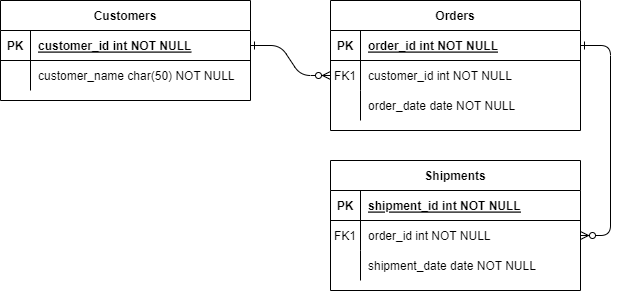
vnminhhai/PRN keeps this draw.io diagram as PRN DB.drawio.png. Above is the earlier version. Source tidied: cells renumbered, new cells last; positions are measured from the earlier drawing's top-left corner, leaving out a move shared by most shapes. The source it was exported from:
```xml
<mxGraphModel>
  <root>
    <mxCell id="0" />
    <mxCell id="1" parent="0" />
    <mxCell id="2" style="edgeStyle=entityRelationEdgeStyle;endArrow=ERzeroToMany;startArrow=ERone;endFill=1;startFill=0;" parent="1" edge="1" source="25" target="8">
      <mxGeometry relative="1" as="geometry" />
    </mxCell>
    <mxCell id="3" style="edgeStyle=entityRelationEdgeStyle;endArrow=ERzeroToMany;startArrow=ERone;endFill=1;startFill=0;" parent="1" edge="1" source="5" target="18">
      <mxGeometry relative="1" as="geometry" />
    </mxCell>
    <mxCell id="4" value="Orders" style="shape=table;startSize=30;rowLines=0;fontStyle=1;align=center;" parent="1" vertex="1">
      <mxGeometry x="330" width="250" height="130" as="geometry" />
    </mxCell>
    <mxCell id="5" style="shape=partialRectangle;fillColor=none;points=[[0,0.5],[1,0.5]];portConstraint=eastwest;top=0;left=0;right=0;bottom=1;" parent="4" vertex="1">
      <mxGeometry y="30" width="250" height="30" as="geometry" />
    </mxCell>
    <mxCell id="6" value="PK" style="shape=partialRectangle;overflow=hidden;fillColor=none;top=0;left=0;bottom=0;right=0;fontStyle=1;" parent="5" vertex="1">
      <mxGeometry width="30" height="30" as="geometry" />
    </mxCell>
    <mxCell id="7" value="order_id int NOT NULL " style="shape=partialRectangle;overflow=hidden;fillColor=none;top=0;left=0;bottom=0;right=0;align=left;spacingLeft=6;fontStyle=5;" parent="5" vertex="1">
      <mxGeometry x="30" width="220" height="30" as="geometry" />
    </mxCell>
    <mxCell id="8" style="shape=partialRectangle;fillColor=none;points=[[0,0.5],[1,0.5]];portConstraint=eastwest;top=0;left=0;right=0;bottom=0;" parent="4" vertex="1">
      <mxGeometry y="60" width="250" height="30" as="geometry" />
    </mxCell>
    <mxCell id="9" value="FK1" style="shape=partialRectangle;overflow=hidden;fillColor=none;top=0;left=0;bottom=0;right=0;" parent="8" vertex="1">
      <mxGeometry width="30" height="30" as="geometry" />
    </mxCell>
    <mxCell id="10" value="customer_id int NOT NULL" style="shape=partialRectangle;overflow=hidden;fillColor=none;top=0;left=0;bottom=0;right=0;align=left;spacingLeft=6;" parent="8" vertex="1">
      <mxGeometry x="30" width="220" height="30" as="geometry" />
    </mxCell>
    <mxCell id="11" style="shape=partialRectangle;fillColor=none;top=0;left=0;right=0;bottom=0;" parent="4" vertex="1">
      <mxGeometry y="90" width="250" height="30" as="geometry" />
    </mxCell>
    <mxCell id="12" style="shape=partialRectangle;overflow=hidden;fillColor=none;top=0;left=0;bottom=0;right=0;" parent="11" vertex="1">
      <mxGeometry width="30" height="30" as="geometry" />
    </mxCell>
    <mxCell id="13" value="order_date date NOT NULL" style="shape=partialRectangle;overflow=hidden;fillColor=none;top=0;left=0;bottom=0;right=0;align=left;spacingLeft=6;" parent="11" vertex="1">
      <mxGeometry x="30" width="220" height="30" as="geometry" />
    </mxCell>
    <mxCell id="14" value="Shipments" style="shape=table;startSize=30;rowLines=0;fontStyle=1;align=center;" parent="1" vertex="1">
      <mxGeometry x="330" y="160" width="250" height="130" as="geometry" />
    </mxCell>
    <mxCell id="15" style="shape=partialRectangle;fillColor=none;points=[[0,0.5],[1,0.5]];portConstraint=eastwest;top=0;left=0;right=0;bottom=1;" parent="14" vertex="1">
      <mxGeometry y="30" width="250" height="30" as="geometry" />
    </mxCell>
    <mxCell id="16" value="PK" style="shape=partialRectangle;overflow=hidden;fillColor=none;top=0;left=0;bottom=0;right=0;fontStyle=1;" parent="15" vertex="1">
      <mxGeometry width="30" height="30" as="geometry" />
    </mxCell>
    <mxCell id="17" value="shipment_id int NOT NULL " style="shape=partialRectangle;overflow=hidden;fillColor=none;top=0;left=0;bottom=0;right=0;align=left;spacingLeft=6;fontStyle=5;" parent="15" vertex="1">
      <mxGeometry x="30" width="220" height="30" as="geometry" />
    </mxCell>
    <mxCell id="18" style="shape=partialRectangle;fillColor=none;points=[[0,0.5],[1,0.5]];portConstraint=eastwest;top=0;left=0;right=0;bottom=0;" parent="14" vertex="1">
      <mxGeometry y="60" width="250" height="30" as="geometry" />
    </mxCell>
    <mxCell id="19" value="FK1" style="shape=partialRectangle;overflow=hidden;fillColor=none;top=0;left=0;bottom=0;right=0;" parent="18" vertex="1">
      <mxGeometry width="30" height="30" as="geometry" />
    </mxCell>
    <mxCell id="20" value="order_id int NOT NULL" style="shape=partialRectangle;overflow=hidden;fillColor=none;top=0;left=0;bottom=0;right=0;align=left;spacingLeft=6;" parent="18" vertex="1">
      <mxGeometry x="30" width="220" height="30" as="geometry" />
    </mxCell>
    <mxCell id="21" style="shape=partialRectangle;fillColor=none;top=0;left=0;right=0;bottom=0;" parent="14" vertex="1">
      <mxGeometry y="90" width="250" height="30" as="geometry" />
    </mxCell>
    <mxCell id="22" style="shape=partialRectangle;overflow=hidden;fillColor=none;top=0;left=0;bottom=0;right=0;" parent="21" vertex="1">
      <mxGeometry width="30" height="30" as="geometry" />
    </mxCell>
    <mxCell id="23" value="shipment_date date NOT NULL" style="shape=partialRectangle;overflow=hidden;fillColor=none;top=0;left=0;bottom=0;right=0;align=left;spacingLeft=6;" parent="21" vertex="1">
      <mxGeometry x="30" width="220" height="30" as="geometry" />
    </mxCell>
    <mxCell id="24" value="Customers" style="shape=table;startSize=30;rowLines=0;fontStyle=1;align=center;" parent="1" vertex="1">
      <mxGeometry width="250" height="100" as="geometry" />
    </mxCell>
    <mxCell id="25" style="shape=partialRectangle;fillColor=none;points=[[0,0.5],[1,0.5]];portConstraint=eastwest;top=0;left=0;right=0;bottom=1;" parent="24" vertex="1">
      <mxGeometry y="30" width="250" height="30" as="geometry" />
    </mxCell>
    <mxCell id="26" value="PK" style="shape=partialRectangle;overflow=hidden;fillColor=none;top=0;left=0;bottom=0;right=0;fontStyle=1;" parent="25" vertex="1">
      <mxGeometry width="30" height="30" as="geometry" />
    </mxCell>
    <mxCell id="27" value="customer_id int NOT NULL " style="shape=partialRectangle;overflow=hidden;fillColor=none;top=0;left=0;bottom=0;right=0;align=left;spacingLeft=6;fontStyle=5;" parent="25" vertex="1">
      <mxGeometry x="30" width="220" height="30" as="geometry" />
    </mxCell>
    <mxCell id="28" style="shape=partialRectangle;fillColor=none;top=0;left=0;right=0;bottom=0;" parent="24" vertex="1">
      <mxGeometry y="60" width="250" height="30" as="geometry" />
    </mxCell>
    <mxCell id="29" style="shape=partialRectangle;overflow=hidden;fillColor=none;top=0;left=0;bottom=0;right=0;" parent="28" vertex="1">
      <mxGeometry width="30" height="30" as="geometry" />
    </mxCell>
    <mxCell id="30" value="customer_name char(50) NOT NULL" style="shape=partialRectangle;overflow=hidden;fillColor=none;top=0;left=0;bottom=0;right=0;align=left;spacingLeft=6;" parent="28" vertex="1">
      <mxGeometry x="30" width="220" height="30" as="geometry" />
    </mxCell>
  </root>
</mxGraphModel>
```
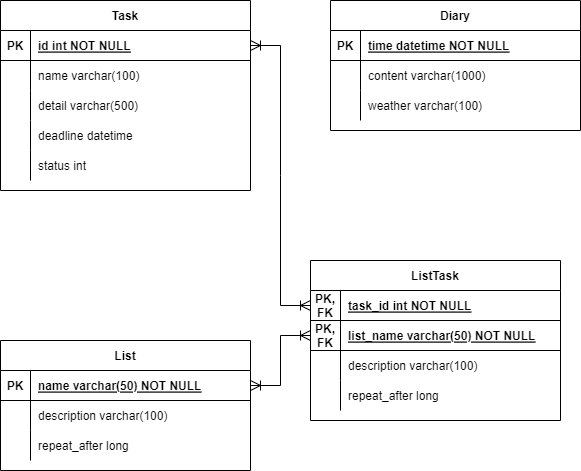
The same file after the commit.

What changed in the source:
```diff
@@ -2,13 +2,7 @@
   <root>
     <mxCell id="0" />
     <mxCell id="1" parent="0" />
-    <mxCell id="2" style="edgeStyle=entityRelationEdgeStyle;endArrow=ERzeroToMany;startArrow=ERone;endFill=1;startFill=0;" parent="1" edge="1" source="25" target="8">
-      <mxGeometry relative="1" as="geometry" />
-    </mxCell>
-    <mxCell id="3" style="edgeStyle=entityRelationEdgeStyle;endArrow=ERzeroToMany;startArrow=ERone;endFill=1;startFill=0;" parent="1" edge="1" source="5" target="18">
-      <mxGeometry relative="1" as="geometry" />
-    </mxCell>
-    <mxCell id="4" value="Orders" style="shape=table;startSize=30;rowLines=0;fontStyle=1;align=center;" parent="1" vertex="1">
+    <mxCell id="4" value="Diary" style="shape=table;startSize=30;rowLines=0;fontStyle=1;align=center;" parent="1" vertex="1">
       <mxGeometry x="330" width="250" height="130" as="geometry" />
     </mxCell>
     <mxCell id="5" style="shape=partialRectangle;fillColor=none;points=[[0,0.5],[1,0.5]];portConstraint=eastwest;top=0;left=0;right=0;bottom=1;" parent="4" vertex="1">
@@ -17,29 +11,29 @@
     <mxCell id="6" value="PK" style="shape=partialRectangle;overflow=hidden;fillColor=none;top=0;left=0;bottom=0;right=0;fontStyle=1;" parent="5" vertex="1">
       <mxGeometry width="30" height="30" as="geometry" />
     </mxCell>
-    <mxCell id="7" value="order_id int NOT NULL " style="shape=partialRectangle;overflow=hidden;fillColor=none;top=0;left=0;bottom=0;right=0;align=left;spacingLeft=6;fontStyle=5;" parent="5" vertex="1">
+    <mxCell id="7" value="time datetime NOT NULL" style="shape=partialRectangle;overflow=hidden;fillColor=none;top=0;left=0;bottom=0;right=0;align=left;spacingLeft=6;fontStyle=5;" parent="5" vertex="1">
       <mxGeometry x="30" width="220" height="30" as="geometry" />
     </mxCell>
     <mxCell id="8" style="shape=partialRectangle;fillColor=none;points=[[0,0.5],[1,0.5]];portConstraint=eastwest;top=0;left=0;right=0;bottom=0;" parent="4" vertex="1">
       <mxGeometry y="60" width="250" height="30" as="geometry" />
     </mxCell>
-    <mxCell id="9" value="FK1" style="shape=partialRectangle;overflow=hidden;fillColor=none;top=0;left=0;bottom=0;right=0;" parent="8" vertex="1">
+    <mxCell id="9" style="shape=partialRectangle;overflow=hidden;fillColor=none;top=0;left=0;bottom=0;right=0;" parent="8" vertex="1">
       <mxGeometry width="30" height="30" as="geometry" />
     </mxCell>
-    <mxCell id="10" value="customer_id int NOT NULL" style="shape=partialRectangle;overflow=hidden;fillColor=none;top=0;left=0;bottom=0;right=0;align=left;spacingLeft=6;" parent="8" vertex="1">
+    <mxCell id="10" value="content varchar(1000)" style="shape=partialRectangle;overflow=hidden;fillColor=none;top=0;left=0;bottom=0;right=0;align=left;spacingLeft=6;" parent="8" vertex="1">
       <mxGeometry x="30" width="220" height="30" as="geometry" />
     </mxCell>
-    <mxCell id="11" style="shape=partialRectangle;fillColor=none;top=0;left=0;right=0;bottom=0;" parent="4" vertex="1">
-      <mxGeometry y="90" width="250" height="30" as="geometry" />
-    </mxCell>
-    <mxCell id="12" style="shape=partialRectangle;overflow=hidden;fillColor=none;top=0;left=0;bottom=0;right=0;" parent="11" vertex="1">
-      <mxGeometry width="30" height="30" as="geometry" />
-    </mxCell>
-    <mxCell id="13" value="order_date date NOT NULL" style="shape=partialRectangle;overflow=hidden;fillColor=none;top=0;left=0;bottom=0;right=0;align=left;spacingLeft=6;" parent="11" vertex="1">
-      <mxGeometry x="30" width="220" height="30" as="geometry" />
-    </mxCell>
+    <mxCell id="31" style="shape=partialRectangle;fillColor=none;top=0;left=0;right=0;bottom=0;" parent="4" vertex="1">
+      <mxGeometry y="90" width="250" height="30" as="geometry" />
+    </mxCell>
+    <mxCell id="32" style="shape=partialRectangle;overflow=hidden;fillColor=none;top=0;left=0;bottom=0;right=0;" parent="31" vertex="1">
+      <mxGeometry width="30" height="30" as="geometry" />
+    </mxCell>
+    <mxCell id="33" value="weather varchar(100)" style="shape=partialRectangle;overflow=hidden;fillColor=none;top=0;left=0;bottom=0;right=0;align=left;spacingLeft=6;" parent="31" vertex="1">
+      <mxGeometry x="30" width="220" height="30" as="geometry" />
+    </mxCell>
-    <mxCell id="14" value="Shipments" style="shape=table;startSize=30;rowLines=0;fontStyle=1;align=center;" parent="1" vertex="1">
-      <mxGeometry x="330" y="160" width="250" height="130" as="geometry" />
+    <mxCell id="14" value="List" style="shape=table;startSize=30;rowLines=0;fontStyle=1;align=center;" parent="1" vertex="1">
+      <mxGeometry y="340" width="250" height="130" as="geometry" />
     </mxCell>
     <mxCell id="15" style="shape=partialRectangle;fillColor=none;points=[[0,0.5],[1,0.5]];portConstraint=eastwest;top=0;left=0;right=0;bottom=1;" parent="14" vertex="1">
       <mxGeometry y="30" width="250" height="30" as="geometry" />
@@ -47,16 +41,16 @@
     <mxCell id="16" value="PK" style="shape=partialRectangle;overflow=hidden;fillColor=none;top=0;left=0;bottom=0;right=0;fontStyle=1;" parent="15" vertex="1">
       <mxGeometry width="30" height="30" as="geometry" />
     </mxCell>
-    <mxCell id="17" value="shipment_id int NOT NULL " style="shape=partialRectangle;overflow=hidden;fillColor=none;top=0;left=0;bottom=0;right=0;align=left;spacingLeft=6;fontStyle=5;" parent="15" vertex="1">
+    <mxCell id="17" value="name varchar(50) NOT NULL" style="shape=partialRectangle;overflow=hidden;fillColor=none;top=0;left=0;bottom=0;right=0;align=left;spacingLeft=6;fontStyle=5;" parent="15" vertex="1">
       <mxGeometry x="30" width="220" height="30" as="geometry" />
     </mxCell>
     <mxCell id="18" style="shape=partialRectangle;fillColor=none;points=[[0,0.5],[1,0.5]];portConstraint=eastwest;top=0;left=0;right=0;bottom=0;" parent="14" vertex="1">
       <mxGeometry y="60" width="250" height="30" as="geometry" />
     </mxCell>
-    <mxCell id="19" value="FK1" style="shape=partialRectangle;overflow=hidden;fillColor=none;top=0;left=0;bottom=0;right=0;" parent="18" vertex="1">
+    <mxCell id="19" style="shape=partialRectangle;overflow=hidden;fillColor=none;top=0;left=0;bottom=0;right=0;" parent="18" vertex="1">
       <mxGeometry width="30" height="30" as="geometry" />
     </mxCell>
-    <mxCell id="20" value="order_id int NOT NULL" style="shape=partialRectangle;overflow=hidden;fillColor=none;top=0;left=0;bottom=0;right=0;align=left;spacingLeft=6;" parent="18" vertex="1">
+    <mxCell id="20" value="description varchar(100)" style="shape=partialRectangle;overflow=hidden;fillColor=none;top=0;left=0;bottom=0;right=0;align=left;spacingLeft=6;" parent="18" vertex="1">
       <mxGeometry x="30" width="220" height="30" as="geometry" />
     </mxCell>
     <mxCell id="21" style="shape=partialRectangle;fillColor=none;top=0;left=0;right=0;bottom=0;" parent="14" vertex="1">
@@ -65,11 +59,11 @@
     <mxCell id="22" style="shape=partialRectangle;overflow=hidden;fillColor=none;top=0;left=0;bottom=0;right=0;" parent="21" vertex="1">
       <mxGeometry width="30" height="30" as="geometry" />
     </mxCell>
-    <mxCell id="23" value="shipment_date date NOT NULL" style="shape=partialRectangle;overflow=hidden;fillColor=none;top=0;left=0;bottom=0;right=0;align=left;spacingLeft=6;" parent="21" vertex="1">
+    <mxCell id="23" value="repeat_after long" style="shape=partialRectangle;overflow=hidden;fillColor=none;top=0;left=0;bottom=0;right=0;align=left;spacingLeft=6;" parent="21" vertex="1">
       <mxGeometry x="30" width="220" height="30" as="geometry" />
     </mxCell>
-    <mxCell id="24" value="Customers" style="shape=table;startSize=30;rowLines=0;fontStyle=1;align=center;" parent="1" vertex="1">
-      <mxGeometry width="250" height="100" as="geometry" />
+    <mxCell id="24" value="Task" style="shape=table;startSize=30;rowLines=0;fontStyle=1;align=center;" parent="1" vertex="1">
+      <mxGeometry width="250" height="190" as="geometry" />
     </mxCell>
     <mxCell id="25" style="shape=partialRectangle;fillColor=none;points=[[0,0.5],[1,0.5]];portConstraint=eastwest;top=0;left=0;right=0;bottom=1;" parent="24" vertex="1">
       <mxGeometry y="30" width="250" height="30" as="geometry" />
@@ -77,7 +71,7 @@
     <mxCell id="26" value="PK" style="shape=partialRectangle;overflow=hidden;fillColor=none;top=0;left=0;bottom=0;right=0;fontStyle=1;" parent="25" vertex="1">
       <mxGeometry width="30" height="30" as="geometry" />
     </mxCell>
-    <mxCell id="27" value="customer_id int NOT NULL " style="shape=partialRectangle;overflow=hidden;fillColor=none;top=0;left=0;bottom=0;right=0;align=left;spacingLeft=6;fontStyle=5;" parent="25" vertex="1">
+    <mxCell id="27" value="id int NOT NULL " style="shape=partialRectangle;overflow=hidden;fillColor=none;top=0;left=0;bottom=0;right=0;align=left;spacingLeft=6;fontStyle=5;" parent="25" vertex="1">
       <mxGeometry x="30" width="220" height="30" as="geometry" />
     </mxCell>
     <mxCell id="28" style="shape=partialRectangle;fillColor=none;top=0;left=0;right=0;bottom=0;" parent="24" vertex="1">
@@ -86,8 +80,80 @@
     <mxCell id="29" style="shape=partialRectangle;overflow=hidden;fillColor=none;top=0;left=0;bottom=0;right=0;" parent="28" vertex="1">
       <mxGeometry width="30" height="30" as="geometry" />
     </mxCell>
-    <mxCell id="30" value="customer_name char(50) NOT NULL" style="shape=partialRectangle;overflow=hidden;fillColor=none;top=0;left=0;bottom=0;right=0;align=left;spacingLeft=6;" parent="28" vertex="1">
+    <mxCell id="30" value="name varchar(100)" style="shape=partialRectangle;overflow=hidden;fillColor=none;top=0;left=0;bottom=0;right=0;align=left;spacingLeft=6;" parent="28" vertex="1">
       <mxGeometry x="30" width="220" height="30" as="geometry" />
     </mxCell>
+    <mxCell id="34" style="shape=partialRectangle;fillColor=none;top=0;left=0;right=0;bottom=0;" parent="24" vertex="1">
+      <mxGeometry y="90" width="250" height="30" as="geometry" />
+    </mxCell>
+    <mxCell id="35" style="shape=partialRectangle;overflow=hidden;fillColor=none;top=0;left=0;bottom=0;right=0;" parent="34" vertex="1">
+      <mxGeometry width="30" height="30" as="geometry" />
+    </mxCell>
+    <mxCell id="36" value="detail varchar(500)" style="shape=partialRectangle;overflow=hidden;fillColor=none;top=0;left=0;bottom=0;right=0;align=left;spacingLeft=6;" parent="34" vertex="1">
+      <mxGeometry x="30" width="220" height="30" as="geometry" />
+    </mxCell>
+    <mxCell id="37" style="shape=partialRectangle;fillColor=none;top=0;left=0;right=0;bottom=0;" parent="24" vertex="1">
+      <mxGeometry y="120" width="250" height="30" as="geometry" />
+    </mxCell>
+    <mxCell id="38" style="shape=partialRectangle;overflow=hidden;fillColor=none;top=0;left=0;bottom=0;right=0;" parent="37" vertex="1">
+      <mxGeometry width="30" height="30" as="geometry" />
+    </mxCell>
+    <mxCell id="39" value="deadline datetime" style="shape=partialRectangle;overflow=hidden;fillColor=none;top=0;left=0;bottom=0;right=0;align=left;spacingLeft=6;" parent="37" vertex="1">
+      <mxGeometry x="30" width="220" height="30" as="geometry" />
+    </mxCell>
+    <mxCell id="40" style="shape=partialRectangle;fillColor=none;top=0;left=0;right=0;bottom=0;" parent="24" vertex="1">
+      <mxGeometry y="150" width="250" height="30" as="geometry" />
+    </mxCell>
+    <mxCell id="41" style="shape=partialRectangle;overflow=hidden;fillColor=none;top=0;left=0;bottom=0;right=0;" parent="40" vertex="1">
+      <mxGeometry width="30" height="30" as="geometry" />
+    </mxCell>
+    <mxCell id="42" value="status int" style="shape=partialRectangle;overflow=hidden;fillColor=none;top=0;left=0;bottom=0;right=0;align=left;spacingLeft=6;" parent="40" vertex="1">
+      <mxGeometry x="30" width="220" height="30" as="geometry" />
+    </mxCell>
+    <mxCell id="43" value="ListTask" style="shape=table;startSize=30;rowLines=0;fontStyle=1;align=center;" parent="1" vertex="1">
+      <mxGeometry x="310" y="260" width="250" height="160" as="geometry" />
+    </mxCell>
+    <mxCell id="44" style="shape=partialRectangle;fillColor=none;points=[[0,0.5],[1,0.5]];portConstraint=eastwest;top=0;left=0;right=0;bottom=1;" parent="43" vertex="1">
+      <mxGeometry y="30" width="250" height="30" as="geometry" />
+    </mxCell>
+    <mxCell id="45" value="PK,&#10;FK" style="shape=partialRectangle;overflow=hidden;fillColor=none;top=0;left=0;bottom=0;right=0;fontStyle=1;" parent="44" vertex="1">
+      <mxGeometry width="30" height="30" as="geometry" />
+    </mxCell>
+    <mxCell id="46" value="task_id int NOT NULL" style="shape=partialRectangle;overflow=hidden;fillColor=none;top=0;left=0;bottom=0;right=0;align=left;spacingLeft=6;fontStyle=5;" parent="44" vertex="1">
+      <mxGeometry x="30" width="220" height="30" as="geometry" />
+    </mxCell>
+    <mxCell id="47" style="shape=partialRectangle;fillColor=none;points=[[0,0.5],[1,0.5]];portConstraint=eastwest;top=0;left=0;right=0;bottom=1;" parent="43" vertex="1">
+      <mxGeometry y="60" width="250" height="30" as="geometry" />
+    </mxCell>
+    <mxCell id="48" value="PK,&#10;FK" style="shape=partialRectangle;overflow=hidden;fillColor=none;top=0;left=0;bottom=0;right=0;fontStyle=1;" parent="47" vertex="1">
+      <mxGeometry width="30" height="30" as="geometry" />
+    </mxCell>
+    <mxCell id="49" value="list_name varchar(50) NOT NULL" style="shape=partialRectangle;overflow=hidden;fillColor=none;top=0;left=0;bottom=0;right=0;align=left;spacingLeft=6;fontStyle=5;" parent="47" vertex="1">
+      <mxGeometry x="30" width="220" height="30" as="geometry" />
+    </mxCell>
+    <mxCell id="50" style="shape=partialRectangle;fillColor=none;top=0;left=0;right=0;bottom=0;" parent="43" vertex="1">
+      <mxGeometry y="90" width="250" height="30" as="geometry" />
+    </mxCell>
+    <mxCell id="51" style="shape=partialRectangle;overflow=hidden;fillColor=none;top=0;left=0;bottom=0;right=0;" parent="50" vertex="1">
+      <mxGeometry width="30" height="30" as="geometry" />
+    </mxCell>
+    <mxCell id="52" value="description varchar(100)" style="shape=partialRectangle;overflow=hidden;fillColor=none;top=0;left=0;bottom=0;right=0;align=left;spacingLeft=6;" parent="50" vertex="1">
+      <mxGeometry x="30" width="220" height="30" as="geometry" />
+    </mxCell>
+    <mxCell id="53" style="shape=partialRectangle;fillColor=none;top=0;left=0;right=0;bottom=0;" parent="43" vertex="1">
+      <mxGeometry y="120" width="250" height="30" as="geometry" />
+    </mxCell>
+    <mxCell id="54" style="shape=partialRectangle;overflow=hidden;fillColor=none;top=0;left=0;bottom=0;right=0;" parent="53" vertex="1">
+      <mxGeometry width="30" height="30" as="geometry" />
+    </mxCell>
+    <mxCell id="55" value="repeat_after long" style="shape=partialRectangle;overflow=hidden;fillColor=none;top=0;left=0;bottom=0;right=0;align=left;spacingLeft=6;" parent="53" vertex="1">
+      <mxGeometry x="30" width="220" height="30" as="geometry" />
+    </mxCell>
+    <mxCell id="56" style="edgeStyle=entityRelationEdgeStyle;rounded=0;jettySize=auto;html=1;entryX=0;entryY=0.5;entryDx=0;entryDy=0;fontSize=12;startSize=8;endSize=8;exitX=1;exitY=0.5;exitDx=0;exitDy=0;endArrow=ERoneToMany;endFill=0;startArrow=ERoneToMany;startFill=0;" parent="1" edge="1" source="25" target="44">
+      <mxGeometry relative="1" as="geometry" />
+    </mxCell>
+    <mxCell id="57" style="edgeStyle=entityRelationEdgeStyle;rounded=0;jettySize=auto;html=1;entryX=1;entryY=0.5;entryDx=0;entryDy=0;fontSize=12;startSize=8;endSize=8;exitX=0;exitY=0.5;exitDx=0;exitDy=0;endArrow=ERoneToMany;endFill=0;startArrow=ERoneToMany;startFill=0;" parent="1" edge="1" source="47" target="15">
+      <mxGeometry relative="1" as="geometry" />
+    </mxCell>
   </root>
 </mxGraphModel>
```
